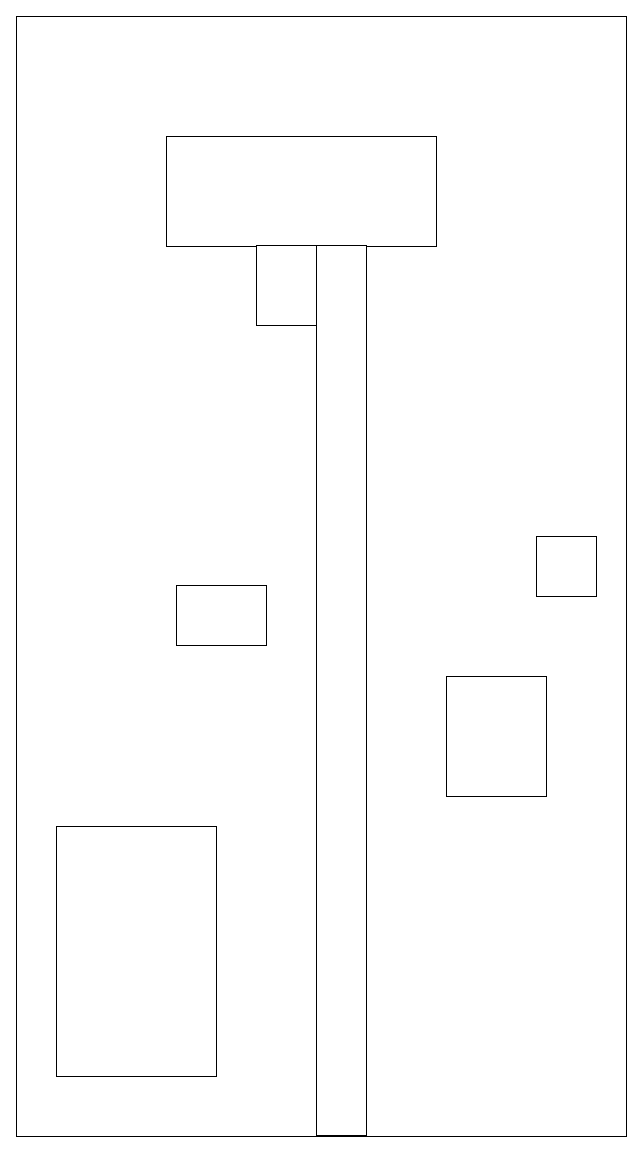
Above: page "Page-2" (2 of 2) of HouseRoof.drawio in algimas/tmp (draw.io), before the change. Source tidied: cells renumbered, new cells numbered last; positions are measured from the earlier drawing's top-left corner, leaving out a move shared by most shapes. Both pictures are drawn from the tidied source at 100%, with x=0, y=0 at pixel (16, 16).
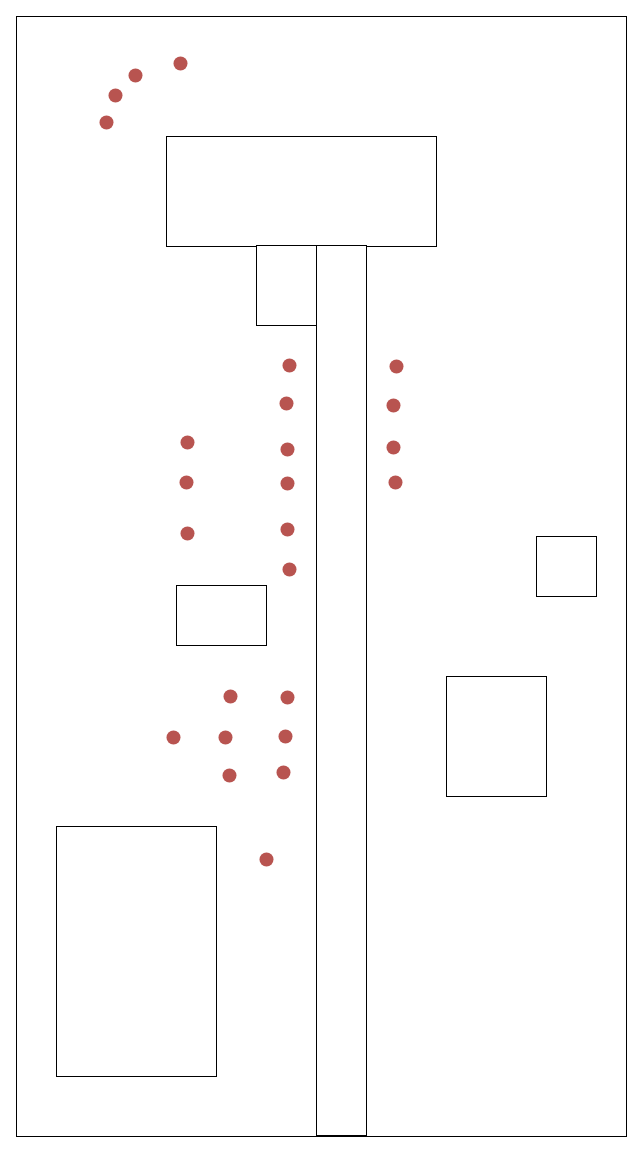
The same page after the edit.

Diff of the diagram source:
```diff
@@
+    <mxCell id="10" style="shape=waypoint;sketch=0;fillStyle=solid;size=6;fillColor=#f8cecc;perimeter=centerPerimeter;strokeColor=#b85450;strokeWidth=5;" parent="1" vertex="1">
+      <mxGeometry x="109" y="49" width="20" height="20" as="geometry" />
+    </mxCell>
+    <mxCell id="11" style="shape=waypoint;sketch=0;fillStyle=solid;size=6;fillColor=#f8cecc;perimeter=centerPerimeter;strokeColor=#b85450;strokeWidth=5;" parent="1" vertex="1">
+      <mxGeometry x="154" y="37" width="20" height="20" as="geometry" />
+    </mxCell>
+    <mxCell id="12" style="shape=waypoint;sketch=0;fillStyle=solid;size=6;fillColor=#f8cecc;perimeter=centerPerimeter;strokeColor=#b85450;strokeWidth=5;" parent="1" vertex="1">
+      <mxGeometry x="89" y="69" width="20" height="20" as="geometry" />
+    </mxCell>
+    <mxCell id="13" style="shape=waypoint;sketch=0;fillStyle=solid;size=6;fillColor=#f8cecc;perimeter=centerPerimeter;strokeColor=#b85450;strokeWidth=5;" parent="1" vertex="1">
+      <mxGeometry x="80" y="96" width="20" height="20" as="geometry" />
+    </mxCell>
+    <mxCell id="14" style="shape=waypoint;sketch=0;fillStyle=solid;size=6;fillColor=#f8cecc;perimeter=centerPerimeter;strokeColor=#b85450;strokeWidth=5;" parent="1" vertex="1">
+      <mxGeometry x="370" y="340" width="20" height="20" as="geometry" />
+    </mxCell>
+    <mxCell id="15" style="shape=waypoint;sketch=0;fillStyle=solid;size=6;fillColor=#f8cecc;perimeter=centerPerimeter;strokeColor=#b85450;strokeWidth=5;" parent="1" vertex="1">
+      <mxGeometry x="263" y="339" width="20" height="20" as="geometry" />
+    </mxCell>
+    <mxCell id="16" style="shape=waypoint;sketch=0;fillStyle=solid;size=6;fillColor=#f8cecc;perimeter=centerPerimeter;strokeColor=#b85450;strokeWidth=5;" parent="1" vertex="1">
+      <mxGeometry x="261" y="503" width="20" height="20" as="geometry" />
+    </mxCell>
+    <mxCell id="17" style="shape=waypoint;sketch=0;fillStyle=solid;size=6;fillColor=#f8cecc;perimeter=centerPerimeter;strokeColor=#b85450;strokeWidth=5;" parent="1" vertex="1">
+      <mxGeometry x="369" y="456" width="20" height="20" as="geometry" />
+    </mxCell>
+    <mxCell id="18" style="shape=waypoint;sketch=0;fillStyle=solid;size=6;fillColor=#f8cecc;perimeter=centerPerimeter;strokeColor=#b85450;strokeWidth=5;" parent="1" vertex="1">
+      <mxGeometry x="261" y="457" width="20" height="20" as="geometry" />
+    </mxCell>
+    <mxCell id="19" style="shape=waypoint;sketch=0;fillStyle=solid;size=6;fillColor=#f8cecc;perimeter=centerPerimeter;strokeColor=#b85450;strokeWidth=5;" parent="1" vertex="1">
+      <mxGeometry x="261" y="423" width="20" height="20" as="geometry" />
+    </mxCell>
+    <mxCell id="20" style="shape=waypoint;sketch=0;fillStyle=solid;size=6;fillColor=#f8cecc;perimeter=centerPerimeter;strokeColor=#b85450;strokeWidth=5;" parent="1" vertex="1">
+      <mxGeometry x="260" y="377" width="20" height="20" as="geometry" />
+    </mxCell>
+    <mxCell id="21" style="shape=waypoint;sketch=0;fillStyle=solid;size=6;fillColor=#f8cecc;perimeter=centerPerimeter;strokeColor=#b85450;strokeWidth=5;" parent="1" vertex="1">
+      <mxGeometry x="367" y="421" width="20" height="20" as="geometry" />
+    </mxCell>
+    <mxCell id="22" style="shape=waypoint;sketch=0;fillStyle=solid;size=6;fillColor=#f8cecc;perimeter=centerPerimeter;strokeColor=#b85450;strokeWidth=5;" parent="1" vertex="1">
+      <mxGeometry x="367" y="379" width="20" height="20" as="geometry" />
+    </mxCell>
+    <mxCell id="23" style="shape=waypoint;sketch=0;fillStyle=solid;size=6;fillColor=#f8cecc;perimeter=centerPerimeter;strokeColor=#b85450;strokeWidth=5;" parent="1" vertex="1">
+      <mxGeometry x="161" y="507" width="20" height="20" as="geometry" />
+    </mxCell>
+    <mxCell id="24" style="shape=waypoint;sketch=0;fillStyle=solid;size=6;fillColor=#f8cecc;perimeter=centerPerimeter;strokeColor=#b85450;strokeWidth=5;" parent="1" vertex="1">
+      <mxGeometry x="160" y="456" width="20" height="20" as="geometry" />
+    </mxCell>
+    <mxCell id="25" style="shape=waypoint;sketch=0;fillStyle=solid;size=6;fillColor=#f8cecc;perimeter=centerPerimeter;strokeColor=#b85450;strokeWidth=5;" parent="1" vertex="1">
+      <mxGeometry x="161" y="416" width="20" height="20" as="geometry" />
+    </mxCell>
+    <mxCell id="26" style="shape=waypoint;sketch=0;fillStyle=solid;size=6;fillColor=#f8cecc;perimeter=centerPerimeter;strokeColor=#b85450;strokeWidth=5;" parent="1" vertex="1">
+      <mxGeometry x="263" y="543" width="20" height="20" as="geometry" />
+    </mxCell>
+    <mxCell id="27" style="shape=waypoint;sketch=0;fillStyle=solid;size=6;fillColor=#f8cecc;perimeter=centerPerimeter;strokeColor=#b85450;strokeWidth=5;" parent="1" vertex="1">
+      <mxGeometry x="261" y="671" width="20" height="20" as="geometry" />
+    </mxCell>
+    <mxCell id="28" style="shape=waypoint;sketch=0;fillStyle=solid;size=6;fillColor=#f8cecc;perimeter=centerPerimeter;strokeColor=#b85450;strokeWidth=5;" parent="1" vertex="1">
+      <mxGeometry x="259" y="710" width="20" height="20" as="geometry" />
+    </mxCell>
+    <mxCell id="29" style="shape=waypoint;sketch=0;fillStyle=solid;size=6;fillColor=#f8cecc;perimeter=centerPerimeter;strokeColor=#b85450;strokeWidth=5;" parent="1" vertex="1">
+      <mxGeometry x="257" y="746" width="20" height="20" as="geometry" />
+    </mxCell>
+    <mxCell id="30" style="shape=waypoint;sketch=0;fillStyle=solid;size=6;fillColor=#f8cecc;perimeter=centerPerimeter;strokeColor=#b85450;strokeWidth=5;" parent="1" vertex="1">
+      <mxGeometry x="204" y="670" width="20" height="20" as="geometry" />
+    </mxCell>
+    <mxCell id="31" style="shape=waypoint;sketch=0;fillStyle=solid;size=6;fillColor=#f8cecc;perimeter=centerPerimeter;strokeColor=#b85450;strokeWidth=5;" parent="1" vertex="1">
+      <mxGeometry x="147" y="711" width="20" height="20" as="geometry" />
+    </mxCell>
+    <mxCell id="32" style="shape=waypoint;sketch=0;fillStyle=solid;size=6;fillColor=#f8cecc;perimeter=centerPerimeter;strokeColor=#b85450;strokeWidth=5;" parent="1" vertex="1">
+      <mxGeometry x="203" y="749" width="20" height="20" as="geometry" />
+    </mxCell>
+    <mxCell id="33" style="shape=waypoint;sketch=0;fillStyle=solid;size=6;fillColor=#f8cecc;perimeter=centerPerimeter;strokeColor=#b85450;strokeWidth=5;" parent="1" vertex="1">
+      <mxGeometry x="199" y="711" width="20" height="20" as="geometry" />
+    </mxCell>
+    <mxCell id="34" style="shape=waypoint;sketch=0;fillStyle=solid;size=6;fillColor=#f8cecc;perimeter=centerPerimeter;strokeColor=#b85450;strokeWidth=5;" parent="1" vertex="1">
+      <mxGeometry x="240" y="833" width="20" height="20" as="geometry" />
+    </mxCell>
```
